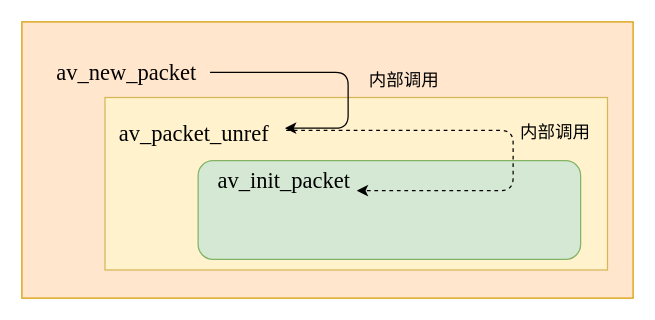
Earlier version of the draw.io diagram page "音视频学习01" (5 of 5) of docs/workSpacePic/图标.drawio (kenlin-00/kendall-cpp-view). Source tidied: cells renumbered, new cells numbered last; positions are measured from the earlier drawing's top-left corner, leaving out a move shared by most shapes. Both pictures are drawn from the tidied source at 125%, with x=0, y=0 at pixel (21, 21).
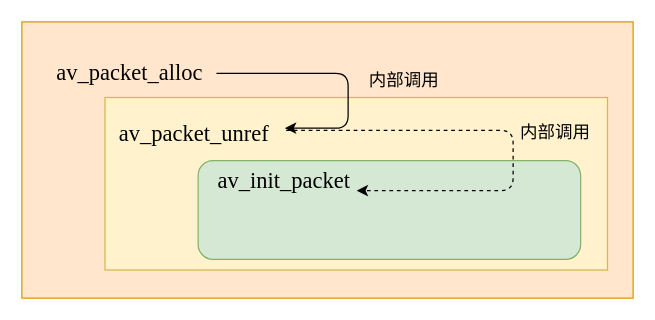
After the change.

What changed in the source:
```diff
@@
 <mxGraphModel>
   <root>
     <mxCell id="0" />
     <mxCell id="1" parent="0" />
     <mxCell id="2" style="rounded=0;whiteSpace=wrap;html=1;fillColor=#ffe6cc;strokeColor=#d79b00;" parent="1" vertex="1">
       <mxGeometry width="489" height="221" as="geometry" />
     </mxCell>
-    <mxCell id="3" value="&lt;div style=&quot;text-align: center&quot;&gt;&lt;span style=&quot;font-size: 18px ; white-space: pre-wrap&quot;&gt;&lt;font face=&quot;times new roman&quot;&gt;av_new_packet&lt;/font&gt;&lt;/span&gt;&lt;/div&gt;" style="text;html=1;points=[];align=left;verticalAlign=top;spacingTop=-4;" parent="1" vertex="1">
-      <mxGeometry x="25.5" y="28" width="122" height="15" as="geometry" />
+    <mxCell id="3" value="&lt;div style=&quot;text-align: center&quot;&gt;&lt;font face=&quot;times new roman&quot;&gt;&lt;span style=&quot;font-size: 18px ; white-space: pre-wrap&quot;&gt;av_packet_alloc&lt;/span&gt;&lt;/font&gt;&lt;br&gt;&lt;/div&gt;" style="text;html=1;points=[];align=left;verticalAlign=top;spacingTop=-4;" parent="1" vertex="1">
+      <mxGeometry x="25.5" y="28" width="127" height="16" as="geometry" />
     </mxCell>
     <mxCell id="4" style="rounded=0;whiteSpace=wrap;html=1;fillColor=#fff2cc;strokeColor=#d6b656;" parent="1" vertex="1">
       <mxGeometry x="66.5" y="60.5" width="402" height="138" as="geometry" />
     </mxCell>
     <mxCell id="5" value="&lt;div style=&quot;text-align: center&quot;&gt;&lt;font face=&quot;times new roman&quot;&gt;&lt;span style=&quot;font-size: 18px ; white-space: pre-wrap&quot;&gt;av_packet_unref &lt;/span&gt;&lt;/font&gt;&lt;br&gt;&lt;/div&gt;" style="text;html=1;points=[];align=left;verticalAlign=top;spacingTop=-4;" parent="1" vertex="1">
       <mxGeometry x="75.5" y="77" width="135" height="16" as="geometry" />
     </mxCell>
     <mxCell id="6" style="rounded=1;whiteSpace=wrap;html=1;fillColor=#d5e8d4;strokeColor=#82b366;" parent="1" vertex="1">
       <mxGeometry x="141" y="111" width="306" height="79" as="geometry" />
     </mxCell>
     <mxCell id="7" value="&lt;div style=&quot;text-align: center&quot;&gt;&lt;font face=&quot;times new roman&quot;&gt;&lt;span style=&quot;font-size: 18px ; white-space: pre-wrap&quot;&gt;av_init_packet&lt;/span&gt;&lt;/font&gt;&lt;br&gt;&lt;/div&gt;" style="text;html=1;points=[];align=left;verticalAlign=top;spacingTop=-4;" parent="1" vertex="1">
       <mxGeometry x="154.5" y="113.5" width="116" height="16" as="geometry" />
     </mxCell>
     <mxCell id="8" style="edgeStyle=elbowEdgeStyle;elbow=vertical;endArrow=classic;html=1;exitX=1.025;exitY=0.827;exitDx=0;exitDy=0;exitPerimeter=0;" parent="1" edge="1" source="3" target="5">
       <mxGeometry relative="1" as="geometry">
         <Array as="points">
           <mxPoint x="261" y="25" />
         </Array>
       </mxGeometry>
     </mxCell>
     <mxCell id="9" style="edgeStyle=elbowEdgeStyle;elbow=vertical;endArrow=classic;html=1;exitX=1.007;exitY=0.613;exitDx=0;exitDy=0;exitPerimeter=0;entryX=0.978;entryY=1.344;entryDx=0;entryDy=0;entryPerimeter=0;dashed=1;" parent="1" edge="1" source="5" target="7">
       <mxGeometry relative="1" as="geometry">
         <Array as="points">
           <mxPoint x="393" y="108" />
           <mxPoint x="389.5" y="69.5" />
         </Array>
       </mxGeometry>
     </mxCell>
     <mxCell id="10" value="&lt;font style=&quot;font-size: 14px&quot;&gt;内部调用&lt;/font&gt;" style="text;html=1;align=left;verticalAlign=top;spacingTop=-4;" parent="1" vertex="1">
       <mxGeometry x="276" y="36" width="66" height="14" as="geometry" />
     </mxCell>
     <mxCell id="11" value="&lt;font style=&quot;font-size: 14px&quot;&gt;内部调用&lt;/font&gt;" style="text;html=1;align=left;verticalAlign=top;spacingTop=-4;" parent="1" vertex="1">
       <mxGeometry x="397" y="77" width="66" height="14" as="geometry" />
     </mxCell>
   </root>
 </mxGraphModel>
```
